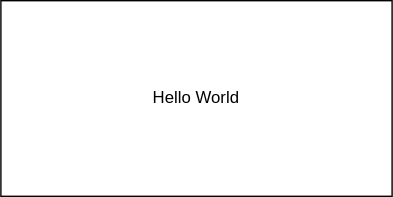
Above: Drawfiles/TestDiagram.svg in palashkosta/Docs (draw.io), before the change. Source tidied: cells renumbered, new cells last; positions are measured from the earlier drawing's top-left corner, leaving out a move shared by most shapes.
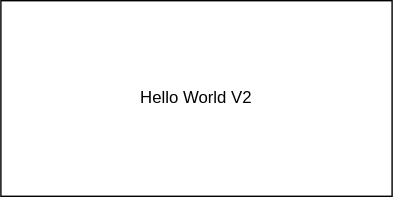
Later version of the same file.

Diff of the diagram source:
```diff
@@ -2,7 +2,7 @@
   <root>
     <mxCell id="0" />
     <mxCell id="1" parent="0" />
-    <mxCell id="2" value="Hello World" style="rounded=0;whiteSpace=wrap;html=1;" parent="1" vertex="1">
+    <mxCell id="2" value="Hello World V2" style="rounded=0;whiteSpace=wrap;html=1;" parent="1" vertex="1">
       <mxGeometry width="280" height="140" as="geometry" />
     </mxCell>
   </root>
```
